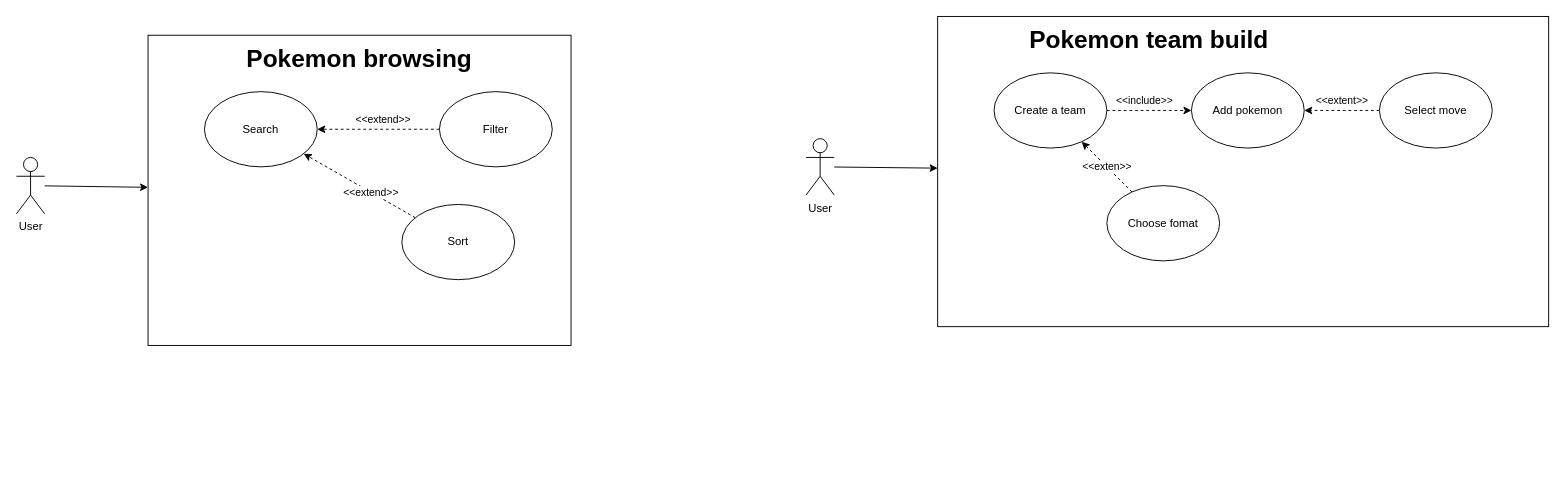
Earlier version of the draw.io diagram use_case_diagram.drawio (Keny7503/draw.io). Source tidied: cells renumbered, new cells numbered last; positions are measured from the earlier drawing's top-left corner, leaving out a move shared by most shapes. Both pictures are drawn from the tidied source at 94%, with x=0, y=0 at pixel (16, 16).
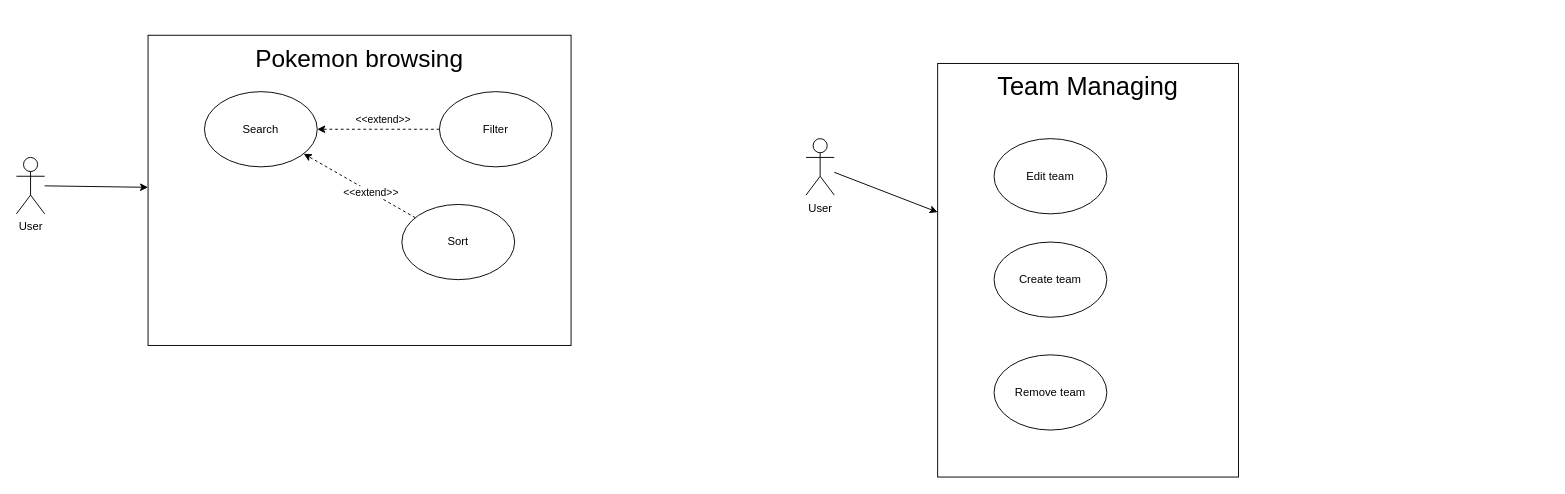
Above is the later version.

What changed in the source:
```diff
@@
-    <mxCell id="5" value="&lt;font style=&quot;font-size: 26px;&quot;&gt;&lt;b&gt;&lt;font style=&quot;font-size: 26px;&quot;&gt;Pokemon&lt;/font&gt;&lt;/b&gt;&lt;span&gt;&lt;/span&gt; &lt;b&gt;&lt;font style=&quot;font-size: 26px;&quot;&gt;browsing&lt;/font&gt;&lt;/b&gt;&lt;/font&gt;" style="text;html=1;strokeColor=none;fillColor=none;align=center;verticalAlign=middle;whiteSpace=wrap;rounded=0;" parent="1" vertex="1">
+    <mxCell id="5" value="&lt;font style=&quot;font-size: 26px;&quot;&gt;&lt;font style=&quot;font-size: 26px;&quot;&gt;Pokemon&lt;/font&gt;&lt;span&gt;&lt;/span&gt; &lt;font style=&quot;font-size: 26px;&quot;&gt;browsing&lt;/font&gt;&lt;/font&gt;" style="text;html=1;strokeColor=none;fillColor=none;align=center;verticalAlign=middle;whiteSpace=wrap;rounded=0;" parent="1" vertex="1">
       <mxGeometry x="225" y="30" width="280" height="30" as="geometry" />
     </mxCell>
@@
     <mxCell id="12" style="rounded=0;whiteSpace=wrap;html=1;" parent="1" vertex="1">
-      <mxGeometry x="980" width="650" height="330" as="geometry" />
+      <mxGeometry x="980" y="50" width="320" height="440" as="geometry" />
     </mxCell>
@@
-    <mxCell id="15" value="&lt;font style=&quot;font-size: 26px;&quot;&gt;&lt;b&gt;&lt;font style=&quot;font-size: 26px;&quot;&gt;Pokemon&lt;/font&gt;&lt;/b&gt;&lt;span&gt;&lt;/span&gt; &lt;b&gt;team build&lt;br&gt;&lt;/b&gt;&lt;/font&gt;" style="text;html=1;strokeColor=none;fillColor=none;align=center;verticalAlign=middle;whiteSpace=wrap;rounded=0;" parent="1" vertex="1">
-      <mxGeometry x="1065" y="10" width="280" height="30" as="geometry" />
+    <mxCell id="15" value="&lt;font style=&quot;font-size: 27px;&quot;&gt;Team Managing&lt;br&gt;&lt;/font&gt;" style="text;html=1;strokeColor=none;fillColor=none;align=center;verticalAlign=middle;whiteSpace=wrap;rounded=0;" parent="1" vertex="1">
+      <mxGeometry x="1000" y="60" width="280" height="30" as="geometry" />
     </mxCell>
-    <mxCell id="16" value="&amp;lt;&amp;lt;include&amp;gt;&amp;gt;" style="edgeStyle=orthogonalEdgeStyle;rounded=0;jettySize=auto;html=1;dashed=1;" parent="1" edge="1" source="17" target="18">
-      <mxGeometry x="-0.11" y="10" relative="1" as="geometry" />
-    </mxCell>
-    <mxCell id="17" value="Create a team" style="ellipse;whiteSpace=wrap;html=1;" parent="1" vertex="1">
-      <mxGeometry x="1040" y="60" width="120" height="80" as="geometry" />
+    <mxCell id="17" value="Edit team" style="ellipse;whiteSpace=wrap;html=1;" parent="1" vertex="1">
+      <mxGeometry x="1040" y="130" width="120" height="80" as="geometry" />
     </mxCell>
-    <mxCell id="18" value="Add pokemon" style="ellipse;whiteSpace=wrap;html=1;" parent="1" vertex="1">
-      <mxGeometry x="1250" y="60" width="120" height="80" as="geometry" />
-    </mxCell>
-    <mxCell id="19" value="&amp;lt;&amp;lt;exten&amp;gt;&amp;gt;" style="rounded=0;jettySize=auto;html=1;dashed=1;" parent="1" edge="1" source="20" target="17">
-      <mxGeometry relative="1" as="geometry" />
-    </mxCell>
-    <mxCell id="20" value="Choose fomat" style="ellipse;whiteSpace=wrap;html=1;" parent="1" vertex="1">
-      <mxGeometry x="1160" y="180" width="120" height="80" as="geometry" />
-    </mxCell>
-    <mxCell id="21" value="&amp;lt;&amp;lt;extent&amp;gt;&amp;gt;" style="edgeStyle=orthogonalEdgeStyle;rounded=0;jettySize=auto;html=1;dashed=1;" parent="1" edge="1" source="22" target="18">
-      <mxGeometry y="-10" relative="1" as="geometry" />
-    </mxCell>
-    <mxCell id="22" value="Select move" style="ellipse;whiteSpace=wrap;html=1;" parent="1" vertex="1">
-      <mxGeometry x="1450" y="60" width="120" height="80" as="geometry" />
-    </mxCell>
+    <mxCell id="23" value="Create team " style="ellipse;whiteSpace=wrap;html=1;" parent="1" vertex="1">
+      <mxGeometry x="1040" y="240" width="120" height="80" as="geometry" />
+    </mxCell>
+    <mxCell id="24" value="Remove team" style="ellipse;whiteSpace=wrap;html=1;" parent="1" vertex="1">
+      <mxGeometry x="1040" y="360" width="120" height="80" as="geometry" />
+    </mxCell>
```
